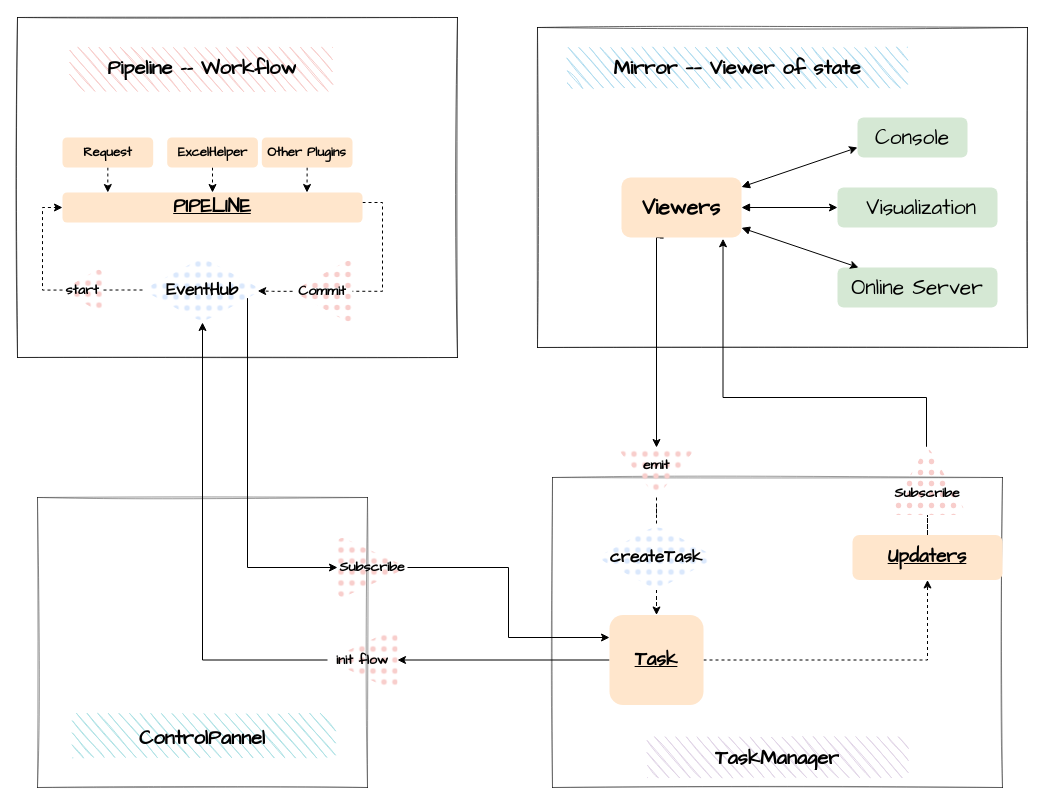
This is jspider.drawio from KonghaYao/jspider, a draw.io file, before an edit. Source tidied: cells renumbered, new cells numbered last; positions are measured from the earlier drawing's top-left corner, leaving out a move shared by most shapes. Both pictures are drawn from the tidied source at 100%, with x=0, y=0 at pixel (17, 17).
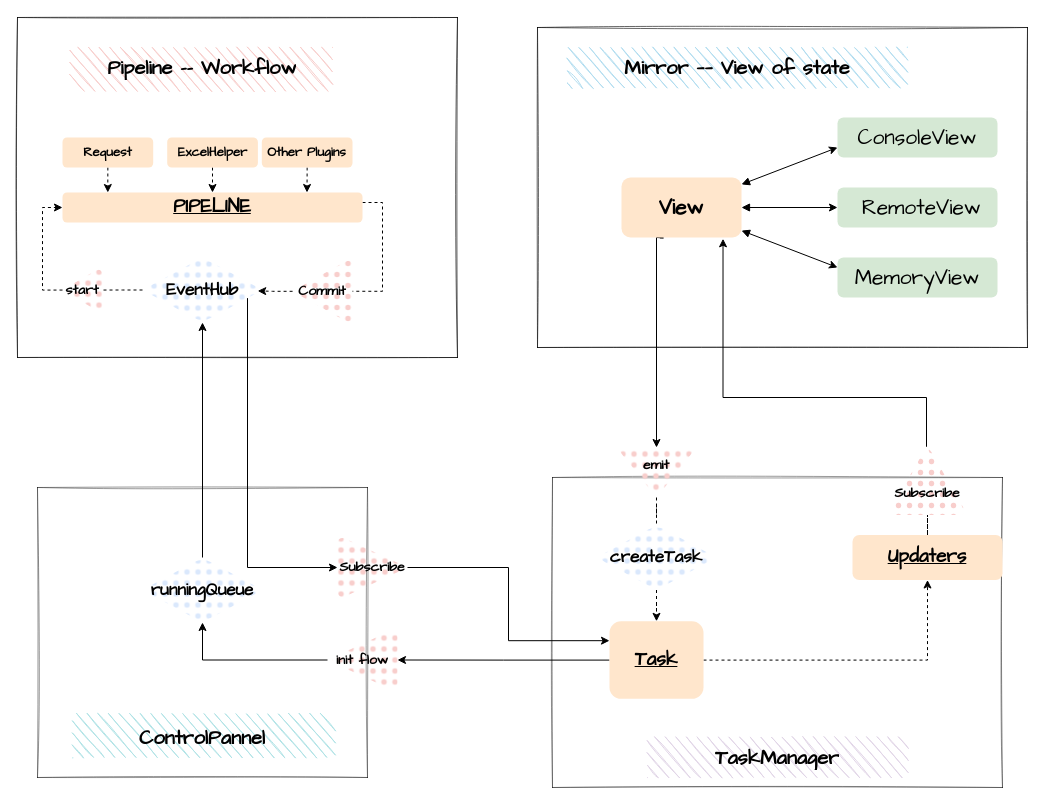
Above is the later version.

Unchanged cells that the change refers to:
```xml
<mxCell id="19" value="EventHub" style="rhombus;whiteSpace=wrap;html=1;fillColor=#dae8fc;rounded=1;fontFamily=Comic Sans MS;fontSize=17;fontStyle=1;strokeWidth=1;sketch=0;fillWeight=2;hachureGap=8;fillStyle=dots;strokeColor=none;" parent="1" vertex="1">
  <mxGeometry x="125" y="240" width="120" height="65" as="geometry" />
</mxCell>
<mxCell id="40" value="init flow" style="triangle;whiteSpace=wrap;html=1;sketch=0;strokeWidth=1;fillColor=#f8cecc;rounded=1;fontFamily=Comic Sans MS;fontSize=14;fontStyle=1;fillWeight=2;hachureGap=8;fillStyle=dots;strokeColor=none;direction=west;" parent="1" vertex="1">
  <mxGeometry x="310" y="610" width="70" height="65" as="geometry" />
</mxCell>
```

What changed in the source:
```diff
@@
     <mxCell id="3" style="rounded=0;whiteSpace=wrap;html=1;labelBackgroundColor=none;sketch=1;fontSize=13;strokeWidth=1;align=center;verticalAlign=middle;opacity=40;perimeterSpacing=1;fillColor=none;" parent="1" vertex="1">
-      <mxGeometry x="20" y="480" width="330" height="290" as="geometry" />
+      <mxGeometry x="20" y="470" width="330" height="290" as="geometry" />
     </mxCell>
@@
-    <mxCell id="6" value="&amp;nbsp;Visualization" style="whiteSpace=wrap;html=1;strokeWidth=2;fillWeight=4;hachureGap=8;hachureAngle=45;fillColor=#d5e8d4;fontFamily=Comic Sans MS;fontSize=21;sketch=0;rounded=1;strokeColor=none;" parent="1" vertex="1">
+    <mxCell id="6" value="&amp;nbsp;RemoteView" style="whiteSpace=wrap;html=1;strokeWidth=2;fillWeight=4;hachureGap=8;hachureAngle=45;fillColor=#d5e8d4;fontFamily=Comic Sans MS;fontSize=21;sketch=0;rounded=1;strokeColor=none;" parent="1" vertex="1">
       <mxGeometry x="820" y="170" width="160" height="40" as="geometry" />
     </mxCell>
-    <mxCell id="7" value="Online Server" style="whiteSpace=wrap;html=1;strokeWidth=2;fillWeight=4;hachureGap=8;hachureAngle=45;fillColor=#d5e8d4;fontFamily=Comic Sans MS;fontSize=21;sketch=0;rounded=1;strokeColor=none;" parent="1" vertex="1">
-      <mxGeometry x="820" y="250" width="160" height="40" as="geometry" />
+    <mxCell id="7" value="MemoryView" style="whiteSpace=wrap;html=1;strokeWidth=2;fillWeight=4;hachureGap=8;hachureAngle=45;fillColor=#d5e8d4;fontFamily=Comic Sans MS;fontSize=21;sketch=0;rounded=1;strokeColor=none;" parent="1" vertex="1">
+      <mxGeometry x="820" y="240" width="160" height="40" as="geometry" />
     </mxCell>
@@
-    <mxCell id="10" style="edgeStyle=none;rounded=0;sketch=0;jettySize=auto;html=1;startArrow=block;startFill=1;endSize=6;strokeColor=#000000;strokeWidth=1;" parent="1" edge="1" source="12" target="7">
+    <mxCell id="10" style="edgeStyle=none;rounded=0;sketch=0;jettySize=auto;html=1;startArrow=block;startFill=1;endSize=6;strokeColor=#000000;strokeWidth=1;entryX=0;entryY=0.25;entryDx=0;entryDy=0;" parent="1" edge="1" source="12" target="7">
       <mxGeometry relative="1" as="geometry" />
     </mxCell>
@@
-    <mxCell id="12" value="Viewers" style="whiteSpace=wrap;html=1;strokeWidth=2;fillWeight=4;hachureGap=8;hachureAngle=45;fillColor=#ffe6cc;fontFamily=Comic Sans MS;fontSize=21;sketch=0;rounded=1;fontStyle=1;strokeColor=none;" parent="1" vertex="1">
+    <mxCell id="12" value="View" style="whiteSpace=wrap;html=1;strokeWidth=2;fillWeight=4;hachureGap=8;hachureAngle=45;fillColor=#ffe6cc;fontFamily=Comic Sans MS;fontSize=21;sketch=0;rounded=1;fontStyle=1;strokeColor=none;" parent="1" vertex="1">
       <mxGeometry x="604" y="160" width="120" height="60" as="geometry" />
     </mxCell>
-    <mxCell id="13" value="Mirror —— Viewer of state" style="text;html=1;fillColor=#b1ddf0;align=center;verticalAlign=middle;whiteSpace=wrap;overflow=hidden;rounded=0;dashed=1;sketch=1;fontFamily=Comic Sans MS;fontSize=20;fontStyle=1;strokeWidth=2;direction=west;hachureAngle=41;" parent="1" vertex="1">
+    <mxCell id="13" value="Mirror —— View of state" style="text;html=1;fillColor=#b1ddf0;align=center;verticalAlign=middle;whiteSpace=wrap;overflow=hidden;rounded=0;dashed=1;sketch=1;fontFamily=Comic Sans MS;fontSize=20;fontStyle=1;strokeWidth=2;direction=west;hachureAngle=41;" parent="1" vertex="1">
       <mxGeometry x="550" y="30" width="340" height="40" as="geometry" />
     </mxCell>
@@
     <mxCell id="34" value="Task" style="whiteSpace=wrap;html=1;strokeWidth=1;fillWeight=4;hachureGap=8;hachureAngle=45;fillColor=#ffe6cc;fontFamily=Comic Sans MS;fontSize=19;sketch=0;rounded=1;fontStyle=5;strokeColor=none;align=center;" parent="1" vertex="1">
-      <mxGeometry x="592" y="597.5" width="94" height="90" as="geometry" />
+      <mxGeometry x="592" y="603.8" width="94" height="77.5" as="geometry" />
     </mxCell>
@@
-    <mxCell id="39" style="edgeStyle=orthogonalEdgeStyle;rounded=0;sketch=0;jettySize=auto;html=1;entryX=0.5;entryY=1;entryDx=0;entryDy=0;shadow=0;startArrow=none;startFill=0;endArrow=classic;endFill=1;" parent="1" edge="1" source="40" target="19">
-      <mxGeometry relative="1" as="geometry" />
-    </mxCell>
+    <mxCell id="50" style="edgeStyle=orthogonalEdgeStyle;rounded=0;jettySize=auto;html=1;entryX=0.5;entryY=1;entryDx=0;entryDy=0;" parent="1" edge="1" source="40" target="52">
+      <mxGeometry relative="1" as="geometry" />
+    </mxCell>
@@
+    <mxCell id="51" style="edgeStyle=orthogonalEdgeStyle;rounded=0;jettySize=auto;html=1;" parent="1" edge="1" source="52" target="19">
+      <mxGeometry relative="1" as="geometry" />
+    </mxCell>
+    <mxCell id="52" value="runningQueue" style="rhombus;whiteSpace=wrap;html=1;fillColor=#dae8fc;rounded=1;fontFamily=Comic Sans MS;fontSize=17;fontStyle=1;strokeWidth=1;sketch=0;fillWeight=2;hachureGap=8;fillStyle=dots;strokeColor=none;" parent="1" vertex="1">
+      <mxGeometry x="125" y="540" width="120" height="65" as="geometry" />
+    </mxCell>
@@
-    <mxCell id="44" value="Console" style="whiteSpace=wrap;html=1;strokeWidth=2;fillWeight=4;hachureGap=8;hachureAngle=45;fillColor=#d5e8d4;fontFamily=Comic Sans MS;fontSize=21;sketch=0;rounded=1;strokeColor=none;" parent="43" vertex="1">
-      <mxGeometry x="840" y="100" width="110" height="40" as="geometry" />
+    <mxCell id="44" value="ConsoleView" style="whiteSpace=wrap;html=1;strokeWidth=2;fillWeight=4;hachureGap=8;hachureAngle=45;fillColor=#d5e8d4;fontFamily=Comic Sans MS;fontSize=21;sketch=0;rounded=1;strokeColor=none;" parent="43" vertex="1">
+      <mxGeometry x="820" y="100" width="160" height="40" as="geometry" />
     </mxCell>
```
